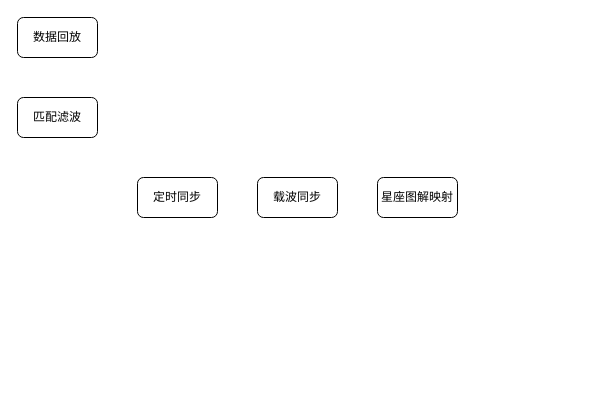
The draw.io diagram img/未命名绘图.drawio in Thesis7/satellite-burst-signal-demodulation-system-lab, before the edit. Source tidied: cells renumbered, new cells numbered last; positions are measured from the earlier drawing's top-left corner, leaving out a move shared by most shapes. Both pictures are drawn from the tidied source at 100%, with x=0, y=0 at pixel (17, 17).
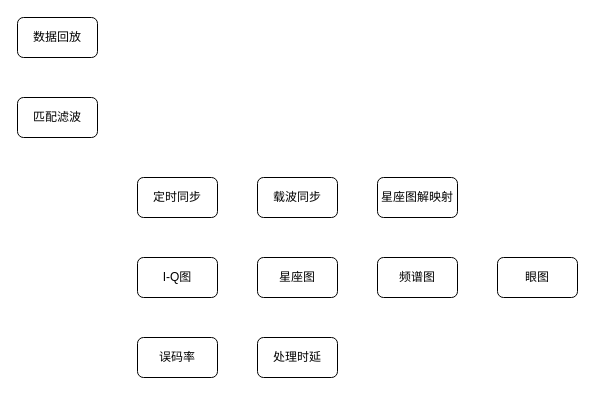
The same diagram, later.

Commit message:
卫星突发信号解调系统工作流程.drawio

What changed in the source:
```diff
@@
 <mxGraphModel>
   <root>
     <mxCell id="0" />
     <mxCell id="1" parent="0" />
     <mxCell id="2" value="匹配滤波" style="rounded=1;whiteSpace=wrap;html=1;" parent="1" vertex="1">
       <mxGeometry y="80" width="80" height="40" as="geometry" />
     </mxCell>
     <mxCell id="3" value="定时同步" style="rounded=1;whiteSpace=wrap;html=1;" parent="1" vertex="1">
       <mxGeometry x="120" y="160" width="80" height="40" as="geometry" />
     </mxCell>
     <mxCell id="4" value="载波同步" style="rounded=1;whiteSpace=wrap;html=1;" parent="1" vertex="1">
       <mxGeometry x="240" y="160" width="80" height="40" as="geometry" />
     </mxCell>
     <mxCell id="5" value="星座图解映射" style="rounded=1;whiteSpace=wrap;html=1;" parent="1" vertex="1">
       <mxGeometry x="360" y="160" width="80" height="40" as="geometry" />
     </mxCell>
     <mxCell id="6" value="数据回放" style="rounded=1;whiteSpace=wrap;html=1;" parent="1" vertex="1">
       <mxGeometry width="80" height="40" as="geometry" />
     </mxCell>
+    <mxCell id="7" value="I-Q图" style="rounded=1;whiteSpace=wrap;html=1;" parent="1" vertex="1">
+      <mxGeometry x="120" y="240" width="80" height="40" as="geometry" />
+    </mxCell>
+    <mxCell id="8" value="星座图" style="rounded=1;whiteSpace=wrap;html=1;" parent="1" vertex="1">
+      <mxGeometry x="240" y="240" width="80" height="40" as="geometry" />
+    </mxCell>
+    <mxCell id="9" value="频谱图" style="rounded=1;whiteSpace=wrap;html=1;" parent="1" vertex="1">
+      <mxGeometry x="360" y="240" width="80" height="40" as="geometry" />
+    </mxCell>
+    <mxCell id="10" value="眼图" style="rounded=1;whiteSpace=wrap;html=1;" parent="1" vertex="1">
+      <mxGeometry x="480" y="240" width="80" height="40" as="geometry" />
+    </mxCell>
+    <mxCell id="11" value="误码率" style="rounded=1;whiteSpace=wrap;html=1;" parent="1" vertex="1">
+      <mxGeometry x="120" y="320" width="80" height="40" as="geometry" />
+    </mxCell>
+    <mxCell id="12" value="处理时延" style="rounded=1;whiteSpace=wrap;html=1;" parent="1" vertex="1">
+      <mxGeometry x="240" y="320" width="80" height="40" as="geometry" />
+    </mxCell>
   </root>
 </mxGraphModel>
```
